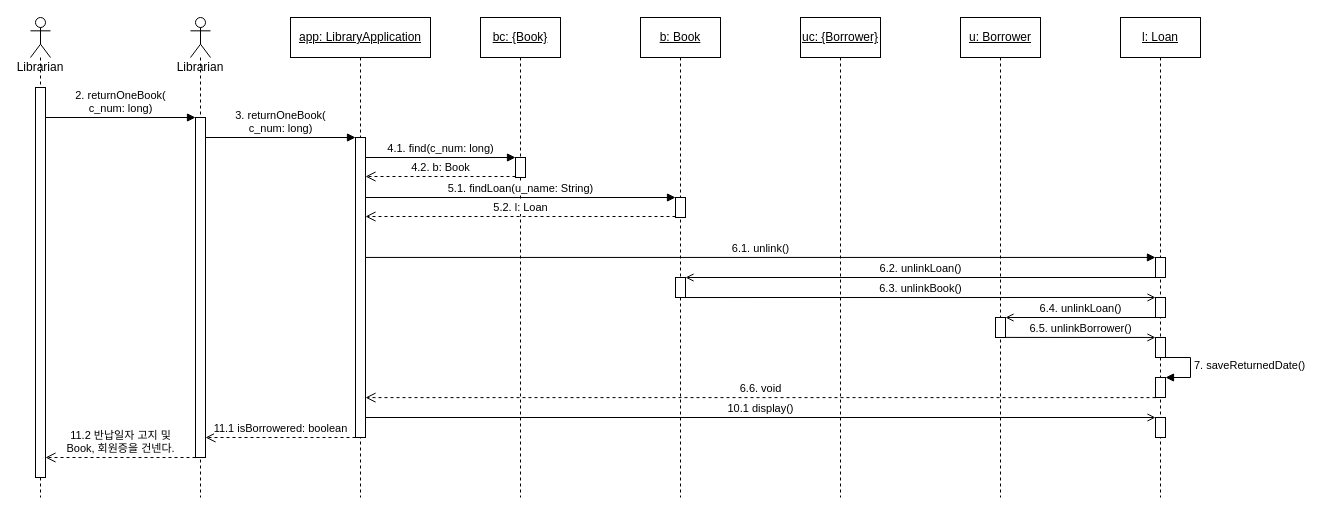
Earlier version of the draw.io diagram UML/SD6 Return one book.drawio (Halozhan/2023-2-LibraryApplication). Source tidied: cells renumbered, new cells numbered last; positions are measured from the earlier drawing's top-left corner, leaving out a move shared by most shapes. Both pictures are drawn from the tidied source at 100%, with x=0, y=0 at pixel (30, 17).
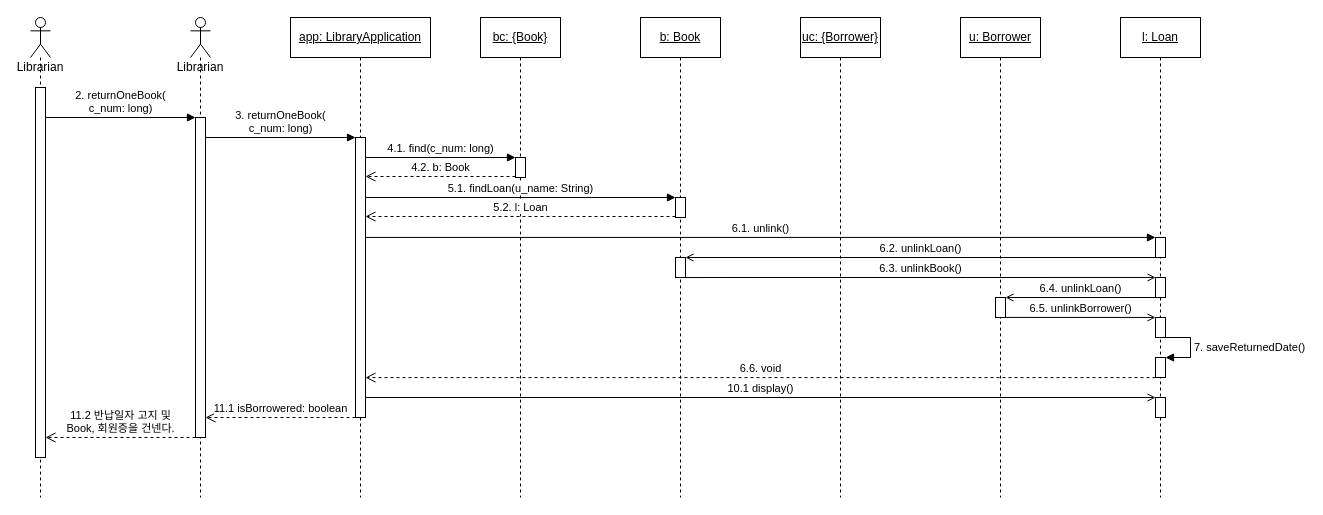
After the change.

Unchanged cells that the change refers to:
```xml
<mxCell id="2" value="Librarian&lt;br&gt;" style="shape=umlLifeline;participant=umlActor;perimeter=lifelinePerimeter;whiteSpace=wrap;html=1;verticalAlign=top;spacingTop=36;outlineConnect=0;" parent="1" vertex="1">
  <mxGeometry x="160" width="20" height="480" as="geometry" />
</mxCell>
<mxCell id="5" value="&lt;u&gt;app: LibraryApplication&lt;/u&gt;" style="shape=umlLifeline;perimeter=lifelinePerimeter;whiteSpace=wrap;html=1;" parent="1" vertex="1">
  <mxGeometry x="260" width="140" height="480" as="geometry" />
</mxCell>
<mxCell id="9" value="&lt;u style=&quot;&quot;&gt;b: Book&lt;/u&gt;" style="shape=umlLifeline;perimeter=lifelinePerimeter;whiteSpace=wrap;html=1;" parent="1" vertex="1">
  <mxGeometry x="610" width="80" height="480" as="geometry" />
</mxCell>
<mxCell id="13" value="&lt;u&gt;u: Borrower&lt;br&gt;&lt;/u&gt;" style="shape=umlLifeline;perimeter=lifelinePerimeter;whiteSpace=wrap;html=1;" parent="1" vertex="1">
  <mxGeometry x="930" width="80" height="480" as="geometry" />
</mxCell>
<mxCell id="17" value="Librarian&lt;br&gt;" style="shape=umlLifeline;participant=umlActor;perimeter=lifelinePerimeter;whiteSpace=wrap;html=1;verticalAlign=top;spacingTop=36;outlineConnect=0;" parent="1" vertex="1">
  <mxGeometry width="20" height="480" as="geometry" />
</mxCell>
<mxCell id="33" value="&lt;u style=&quot;&quot;&gt;l: Loan&lt;/u&gt;" style="shape=umlLifeline;perimeter=lifelinePerimeter;whiteSpace=wrap;html=1;" parent="1" vertex="1">
  <mxGeometry x="1090" width="80" height="480" as="geometry" />
</mxCell>
```

Diff of the diagram source:
```diff
@@
     <mxCell id="4" style="html=1;points=[];perimeter=orthogonalPerimeter;" parent="2" vertex="1">
-      <mxGeometry x="5" y="100" width="10" height="340" as="geometry" />
+      <mxGeometry x="5" y="100" width="10" height="320" as="geometry" />
     </mxCell>
@@
     <mxCell id="6" style="html=1;points=[];perimeter=orthogonalPerimeter;" parent="5" vertex="1">
-      <mxGeometry x="65" y="120" width="10" height="300" as="geometry" />
+      <mxGeometry x="65" y="120" width="10" height="280" as="geometry" />
     </mxCell>
@@
     <mxCell id="10" style="html=1;points=[];perimeter=orthogonalPerimeter;" parent="9" vertex="1">
-      <mxGeometry x="35" y="260" width="10" height="20" as="geometry" />
+      <mxGeometry x="35" y="240" width="10" height="20" as="geometry" />
     </mxCell>
@@
     <mxCell id="14" style="html=1;points=[];perimeter=orthogonalPerimeter;" parent="13" vertex="1">
-      <mxGeometry x="35" y="300" width="10" height="20" as="geometry" />
+      <mxGeometry x="35" y="280" width="10" height="20" as="geometry" />
     </mxCell>
@@
     <mxCell id="19" style="html=1;points=[];perimeter=orthogonalPerimeter;" parent="17" vertex="1">
-      <mxGeometry x="5" y="70" width="10" height="390" as="geometry" />
+      <mxGeometry x="5" y="70" width="10" height="370" as="geometry" />
     </mxCell>
@@
     <mxCell id="34" style="html=1;points=[];perimeter=orthogonalPerimeter;" parent="33" vertex="1">
-      <mxGeometry x="35" y="320" width="10" height="20" as="geometry" />
+      <mxGeometry x="35" y="300" width="10" height="20" as="geometry" />
     </mxCell>
     <mxCell id="35" style="html=1;points=[];perimeter=orthogonalPerimeter;" parent="33" vertex="1">
-      <mxGeometry x="35" y="280" width="10" height="20" as="geometry" />
+      <mxGeometry x="35" y="260" width="10" height="20" as="geometry" />
     </mxCell>
     <mxCell id="36" style="html=1;points=[];perimeter=orthogonalPerimeter;" parent="33" vertex="1">
-      <mxGeometry x="35" y="360" width="10" height="20" as="geometry" />
+      <mxGeometry x="35" y="340" width="10" height="20" as="geometry" />
     </mxCell>
-    <mxCell id="37" value="7. saveReturnedDate()" style="edgeStyle=orthogonalEdgeStyle;html=1;align=left;spacingLeft=2;endArrow=block;rounded=0;entryX=1;entryY=0;" parent="33" edge="1" target="36">
+    <mxCell id="37" value="7. saveReturnedDate()" style="edgeStyle=orthogonalEdgeStyle;html=1;align=left;spacingLeft=2;endArrow=block;rounded=0;entryX=1;entryY=0;" parent="33" edge="1" source="34" target="36">
       <mxGeometry relative="1" as="geometry">
-        <mxPoint x="40" y="340" as="sourcePoint" />
         <Array as="points">
-          <mxPoint x="40" y="340" />
+          <mxPoint x="70" y="320" />
           <mxPoint x="70" y="340" />
-          <mxPoint x="70" y="360" />
         </Array>
       </mxGeometry>
     </mxCell>
     <mxCell id="38" style="html=1;points=[];perimeter=orthogonalPerimeter;" parent="33" vertex="1">
-      <mxGeometry x="35" y="400" width="10" height="20" as="geometry" />
+      <mxGeometry x="35" y="380" width="10" height="20" as="geometry" />
     </mxCell>
     <mxCell id="39" style="html=1;points=[];perimeter=orthogonalPerimeter;" parent="33" vertex="1">
-      <mxGeometry x="35" y="240" width="10" height="20" as="geometry" />
+      <mxGeometry x="35" y="220" width="10" height="20" as="geometry" />
     </mxCell>
```
